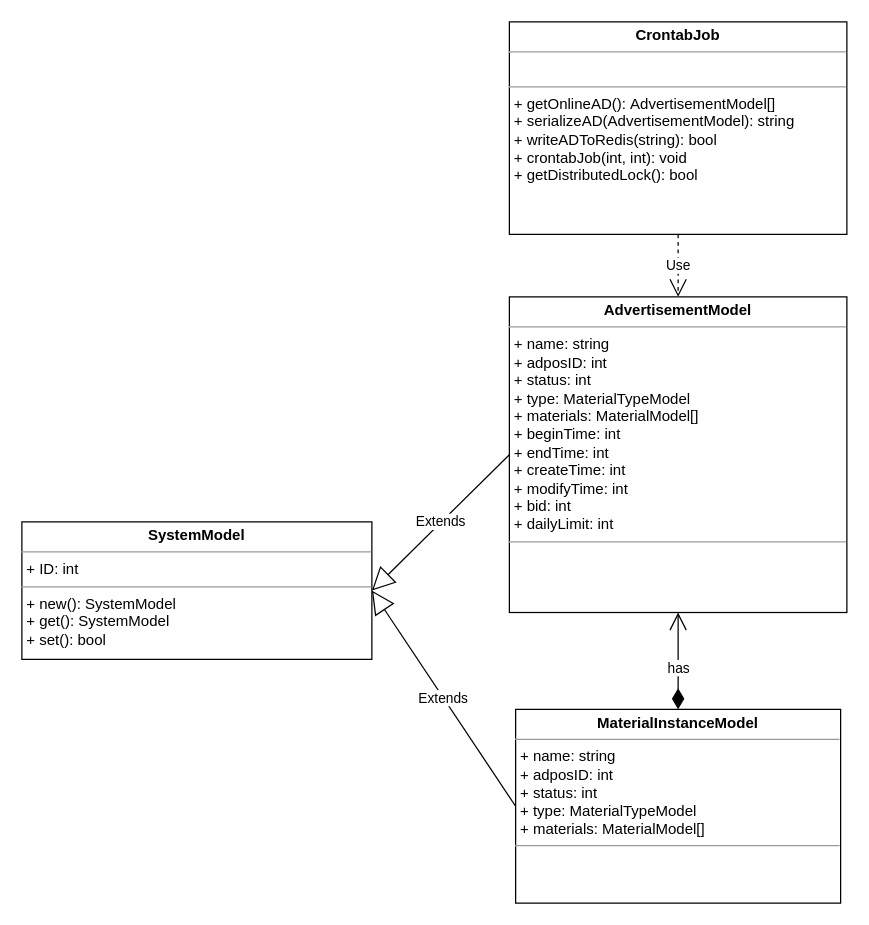
Earlier version of the draw.io diagram 5-7.drawio (Hope-of-countryside/learnGit). Source tidied: cells renumbered, new cells numbered last; positions are measured from the earlier drawing's top-left corner, leaving out a move shared by most shapes. Both pictures are drawn from the tidied source at 125%, with x=0, y=0 at pixel (21, 21).
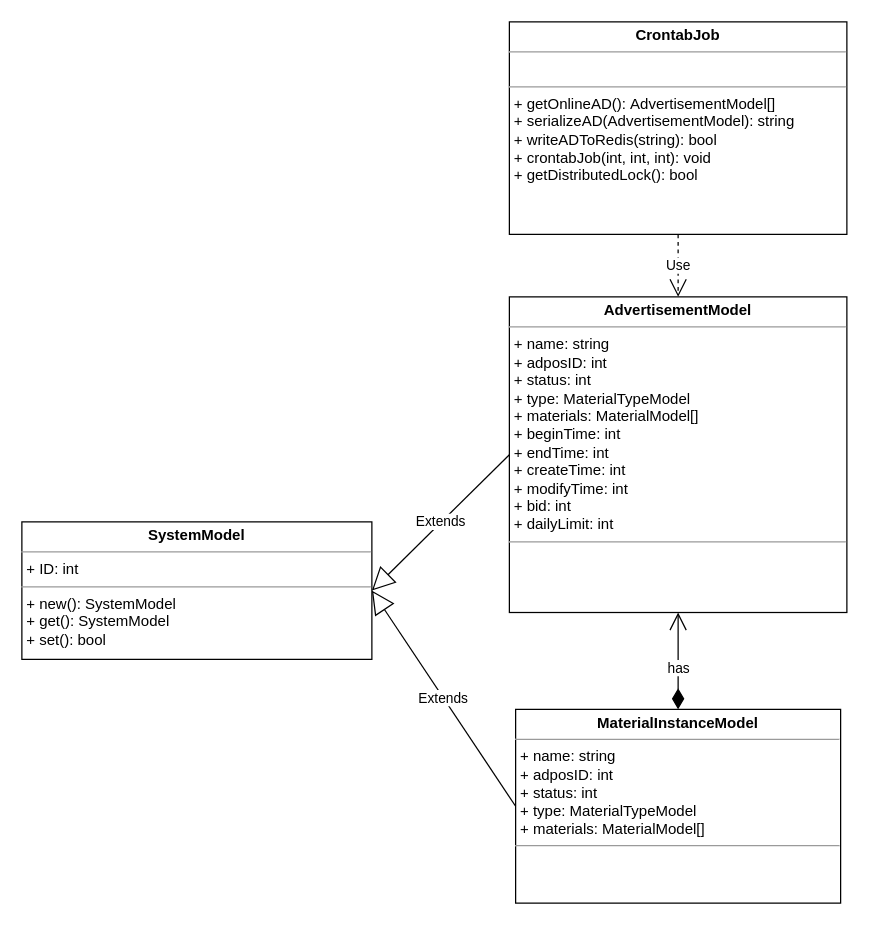
After the change.

What changed in the source:
```diff
@@
 <mxGraphModel>
   <root>
     <mxCell id="0" />
     <mxCell id="1" parent="0" />
-    <mxCell id="2" value="&lt;p style=&quot;margin: 0px ; margin-top: 4px ; text-align: center&quot;&gt;&lt;b&gt;CrontabJob&lt;/b&gt;&lt;/p&gt;&lt;hr size=&quot;1&quot;&gt;&lt;p style=&quot;margin: 0px ; margin-left: 4px&quot;&gt;&lt;br&gt;&lt;/p&gt;&lt;hr size=&quot;1&quot;&gt;&lt;p style=&quot;margin: 0px 0px 0px 4px&quot;&gt;+ getOnlineAD():&amp;nbsp;AdvertisementModel[]&lt;/p&gt;&lt;p style=&quot;margin: 0px 0px 0px 4px&quot;&gt;+&amp;nbsp;serializeAD(AdvertisementModel): string&lt;/p&gt;&lt;p style=&quot;margin: 0px 0px 0px 4px&quot;&gt;+ writeADToRedis(string): bool&lt;/p&gt;&lt;p style=&quot;margin: 0px 0px 0px 4px&quot;&gt;+ crontabJob(int, int): void&lt;/p&gt;&lt;p style=&quot;margin: 0px 0px 0px 4px&quot;&gt;+ getDistributedLock(): bool&lt;/p&gt;" style="verticalAlign=top;align=left;overflow=fill;fontSize=12;fontFamily=Helvetica;html=1;" parent="1" vertex="1">
+    <mxCell id="2" value="&lt;p style=&quot;margin: 0px ; margin-top: 4px ; text-align: center&quot;&gt;&lt;b&gt;CrontabJob&lt;/b&gt;&lt;/p&gt;&lt;hr size=&quot;1&quot;&gt;&lt;p style=&quot;margin: 0px ; margin-left: 4px&quot;&gt;&lt;br&gt;&lt;/p&gt;&lt;hr size=&quot;1&quot;&gt;&lt;p style=&quot;margin: 0px 0px 0px 4px&quot;&gt;+ getOnlineAD():&amp;nbsp;AdvertisementModel[]&lt;/p&gt;&lt;p style=&quot;margin: 0px 0px 0px 4px&quot;&gt;+&amp;nbsp;serializeAD(AdvertisementModel): string&lt;/p&gt;&lt;p style=&quot;margin: 0px 0px 0px 4px&quot;&gt;+ writeADToRedis(string): bool&lt;/p&gt;&lt;p style=&quot;margin: 0px 0px 0px 4px&quot;&gt;+ crontabJob(int, int, int): void&lt;/p&gt;&lt;p style=&quot;margin: 0px 0px 0px 4px&quot;&gt;+ getDistributedLock(): bool&lt;/p&gt;" style="verticalAlign=top;align=left;overflow=fill;fontSize=12;fontFamily=Helvetica;html=1;" parent="1" vertex="1">
       <mxGeometry x="390" width="270" height="170" as="geometry" />
     </mxCell>
     <mxCell id="3" value="&lt;p style=&quot;margin: 0px ; margin-top: 4px ; text-align: center&quot;&gt;&lt;b&gt;SystemModel&lt;/b&gt;&lt;/p&gt;&lt;hr size=&quot;1&quot;&gt;&lt;p style=&quot;margin: 0px ; margin-left: 4px&quot;&gt;+ ID: int&lt;br&gt;&lt;/p&gt;&lt;hr size=&quot;1&quot;&gt;&lt;p style=&quot;margin: 0px ; margin-left: 4px&quot;&gt;+ new(): SystemModel&lt;br&gt;&lt;/p&gt;&lt;p style=&quot;margin: 0px ; margin-left: 4px&quot;&gt;+ get(): SystemModel&lt;/p&gt;&lt;p style=&quot;margin: 0px ; margin-left: 4px&quot;&gt;+ set(): bool&lt;/p&gt;&lt;p style=&quot;margin: 0px ; margin-left: 4px&quot;&gt;&amp;nbsp;&lt;/p&gt;" style="verticalAlign=top;align=left;overflow=fill;fontSize=12;fontFamily=Helvetica;html=1;" parent="1" vertex="1">
       <mxGeometry y="400" width="280" height="110" as="geometry" />
     </mxCell>
     <mxCell id="4" value="Use" style="endArrow=open;endSize=12;dashed=1;html=1;exitX=0.5;exitY=1;exitDx=0;exitDy=0;entryX=0.5;entryY=0;entryDx=0;entryDy=0;" parent="1" edge="1" source="2" target="7">
       <mxGeometry relative="1" as="geometry" />
     </mxCell>
     <mxCell id="5" value="&lt;p style=&quot;margin: 0px ; margin-top: 4px ; text-align: center&quot;&gt;&lt;b&gt;MaterialInstanceModel&lt;/b&gt;&lt;/p&gt;&lt;hr size=&quot;1&quot;&gt;&lt;p style=&quot;margin: 0px ; margin-left: 4px&quot;&gt;&lt;span&gt;+ name: string&lt;/span&gt;&lt;/p&gt;&lt;p style=&quot;margin: 0px ; margin-left: 4px&quot;&gt;&lt;span&gt;+ adposID: int&lt;/span&gt;&lt;/p&gt;&lt;p style=&quot;margin: 0px ; margin-left: 4px&quot;&gt;+ status: int&lt;/p&gt;&lt;p style=&quot;margin: 0px ; margin-left: 4px&quot;&gt;+ type:&amp;nbsp;MaterialTypeModel&lt;/p&gt;&lt;p style=&quot;margin: 0px ; margin-left: 4px&quot;&gt;+ materials: MaterialModel[]&lt;/p&gt;&lt;hr size=&quot;1&quot;&gt;&lt;p style=&quot;margin: 0px ; margin-left: 4px&quot;&gt;&lt;br&gt;&lt;/p&gt;" style="verticalAlign=top;align=left;overflow=fill;fontSize=12;fontFamily=Helvetica;html=1;" parent="1" vertex="1">
       <mxGeometry x="395" y="550" width="260" height="155" as="geometry" />
     </mxCell>
     <mxCell id="6" value="Extends" style="endArrow=block;endSize=16;endFill=0;html=1;entryX=1;entryY=0.5;entryDx=0;entryDy=0;exitX=0;exitY=0.5;exitDx=0;exitDy=0;" parent="1" edge="1" source="5" target="3">
       <mxGeometry relative="1" as="geometry" />
     </mxCell>
     <mxCell id="7" value="&lt;p style=&quot;margin: 0px ; margin-top: 4px ; text-align: center&quot;&gt;&lt;b&gt;AdvertisementModel&lt;/b&gt;&lt;/p&gt;&lt;hr size=&quot;1&quot;&gt;&lt;p style=&quot;margin: 0px ; margin-left: 4px&quot;&gt;&lt;span&gt;+ name: string&lt;/span&gt;&lt;/p&gt;&lt;p style=&quot;margin: 0px ; margin-left: 4px&quot;&gt;&lt;span&gt;+ adposID: int&lt;/span&gt;&lt;/p&gt;&lt;p style=&quot;margin: 0px ; margin-left: 4px&quot;&gt;+ status: int&lt;/p&gt;&lt;p style=&quot;margin: 0px ; margin-left: 4px&quot;&gt;+ type:&amp;nbsp;MaterialTypeModel&lt;/p&gt;&lt;p style=&quot;margin: 0px ; margin-left: 4px&quot;&gt;+ materials: MaterialModel[]&lt;/p&gt;&lt;p style=&quot;margin: 0px ; margin-left: 4px&quot;&gt;+ beginTime: int&lt;/p&gt;&lt;p style=&quot;margin: 0px ; margin-left: 4px&quot;&gt;+ endTime: int&lt;/p&gt;&lt;p style=&quot;margin: 0px ; margin-left: 4px&quot;&gt;+ createTime: int&lt;/p&gt;&lt;p style=&quot;margin: 0px ; margin-left: 4px&quot;&gt;+ modifyTime: int&lt;/p&gt;&lt;p style=&quot;margin: 0px ; margin-left: 4px&quot;&gt;+ bid: int&lt;/p&gt;&lt;p style=&quot;margin: 0px ; margin-left: 4px&quot;&gt;+ dailyLimit: int&lt;/p&gt;&lt;hr size=&quot;1&quot;&gt;&lt;p style=&quot;margin: 0px ; margin-left: 4px&quot;&gt;&lt;br&gt;&lt;/p&gt;" style="verticalAlign=top;align=left;overflow=fill;fontSize=12;fontFamily=Helvetica;html=1;" parent="1" vertex="1">
       <mxGeometry x="390" y="220" width="270" height="252.5" as="geometry" />
     </mxCell>
     <mxCell id="8" value="Extends" style="endArrow=block;endSize=16;endFill=0;html=1;exitX=0;exitY=0.5;exitDx=0;exitDy=0;entryX=1;entryY=0.5;entryDx=0;entryDy=0;" parent="1" edge="1" source="7" target="3">
       <mxGeometry relative="1" as="geometry" />
     </mxCell>
     <mxCell id="9" value="has" style="endArrow=open;html=1;endSize=12;startArrow=diamondThin;startSize=14;startFill=1;edgeStyle=orthogonalEdgeStyle;align=left;verticalAlign=bottom;entryX=0.5;entryY=1;entryDx=0;entryDy=0;exitX=0.5;exitY=0;exitDx=0;exitDy=0;" parent="1" edge="1" source="5" target="7">
       <mxGeometry x="-0.38" y="10" relative="1" as="geometry" />
     </mxCell>
   </root>
 </mxGraphModel>
```
